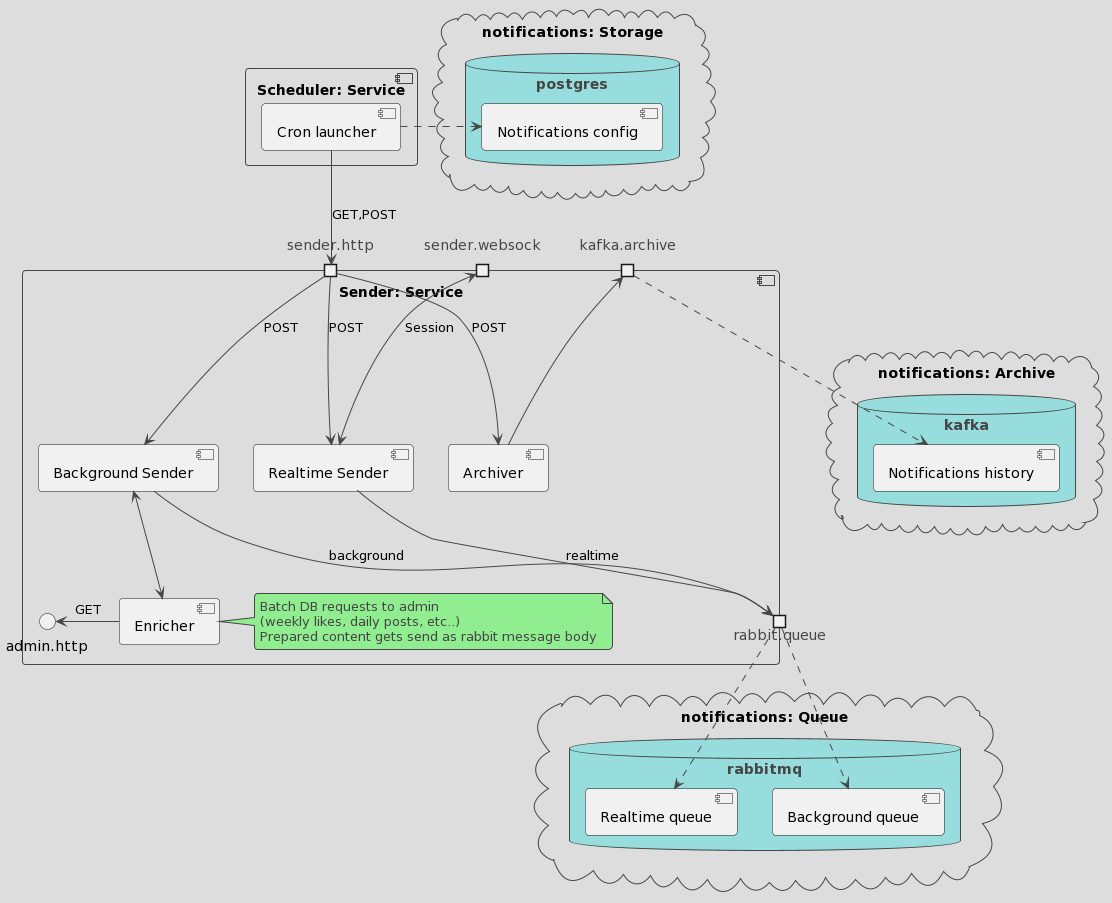
This is doc/arch/notifications_sender.png from ilya-spy/notifications_sprint_1, a PlantUML export, as it was before one commit.
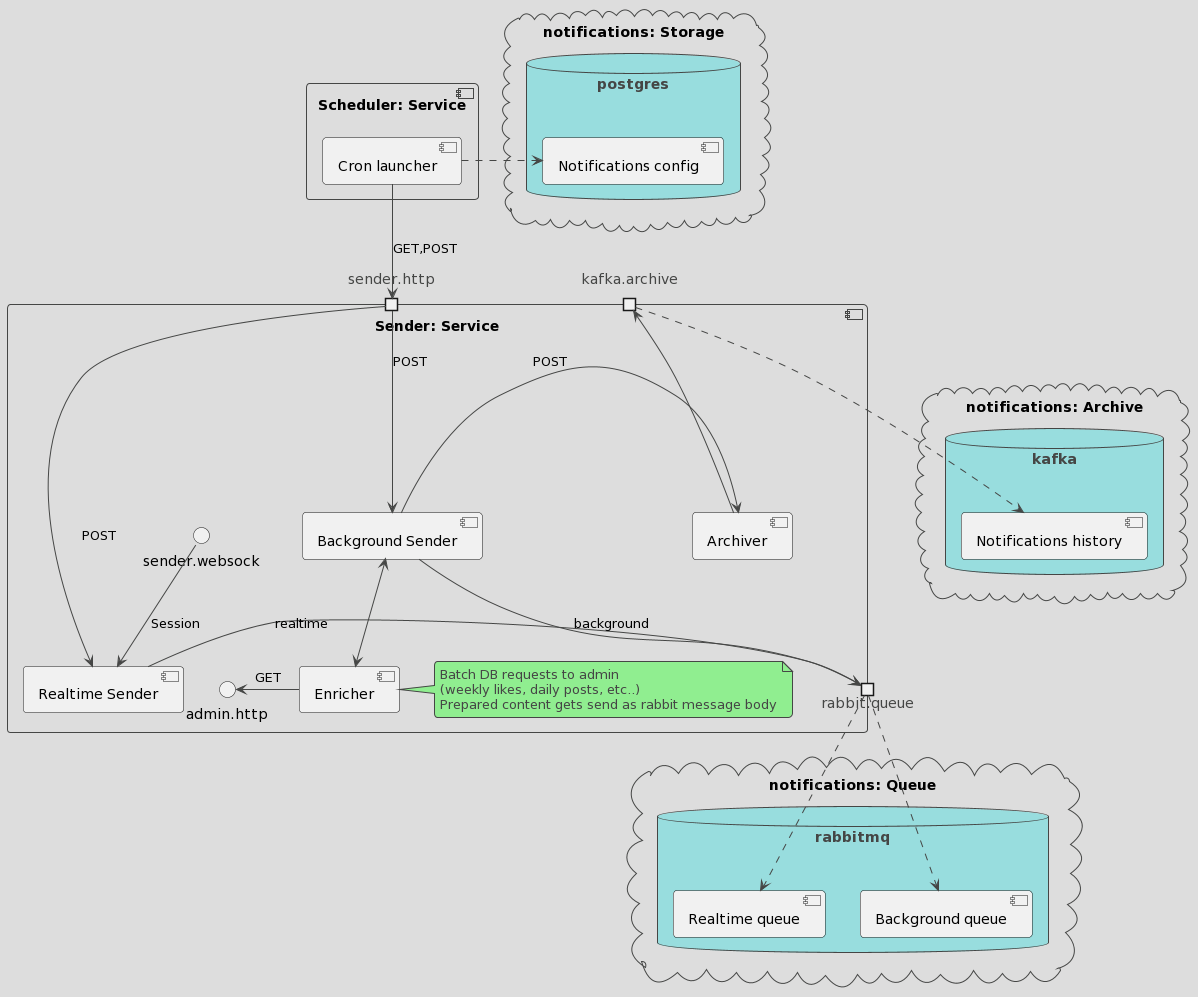
After the change.

Diff of the diagram source:
```diff
@@ -28,7 +28,6 @@
 }
 
 component "Sender: Service" {
-    port sender.websock
     port sender.http
 
     port kafka.archive
@@ -43,15 +42,16 @@
     [Background Sender] <--> [Enricher]
 
     sender.http --> [Background Sender]: POST
-    sender.http --> [Archiver]: POST
     sender.http --> [Realtime Sender]: POST
     admin.http  <- [Enricher]: GET
 
-    sender.websock <--> [Realtime Sender]: Session
+    sender.websock --> [Realtime Sender]: Session
 
     [Archiver] --> kafka.archive
     [Realtime Sender] --> rabbit.queue: realtime
     [Background Sender] --> rabbit.queue: background
+    [Background Sender] -> [Archiver]: POST
+
 }
 
 
```
